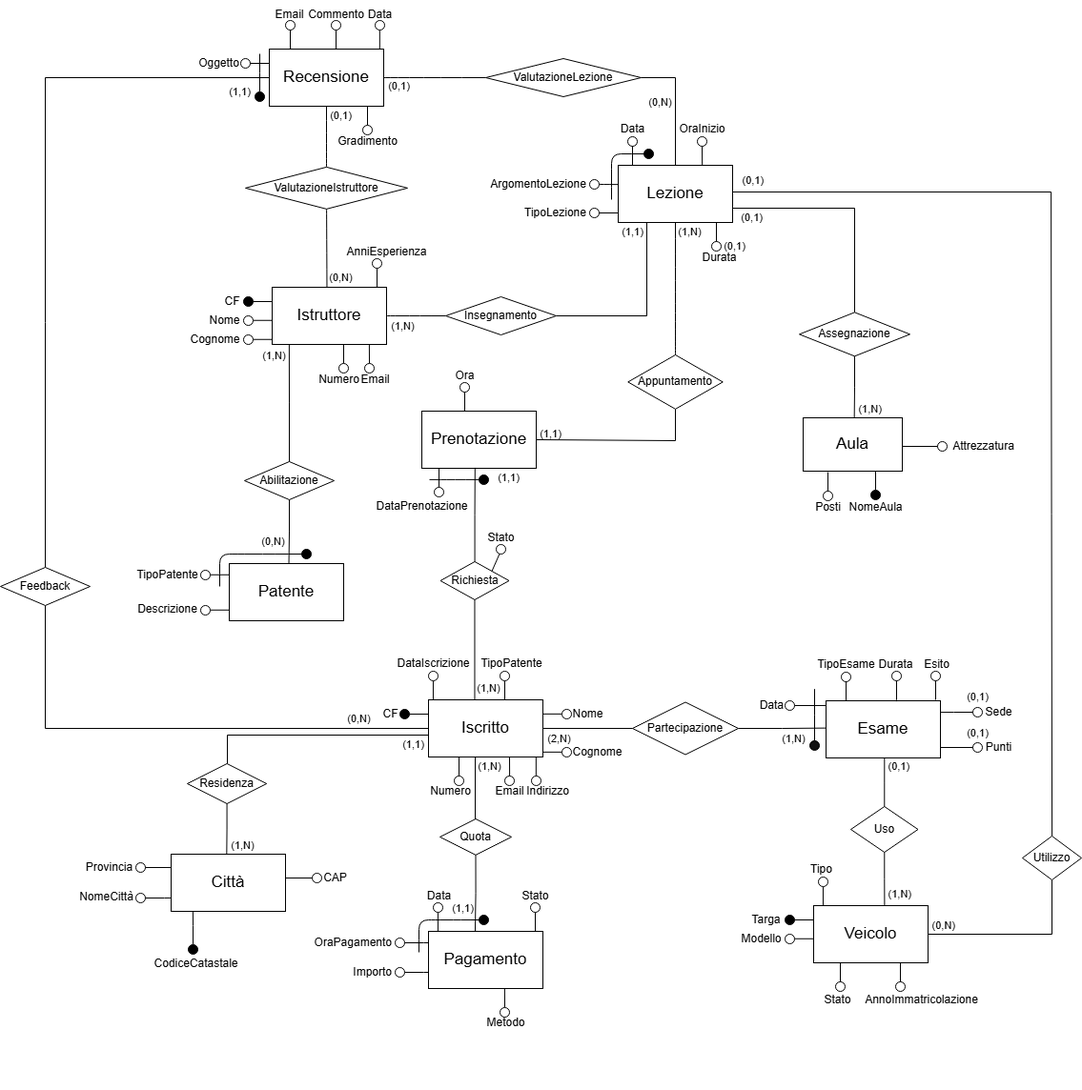
Earlier version of the draw.io export img/ER_ScuolaGuidaRistrutturato.drawio.png (Andrea-Difino/db_scuola_guida). Source tidied: cells renumbered, new cells last; positions are measured from the earlier drawing's top-left corner, leaving out a move shared by most shapes.
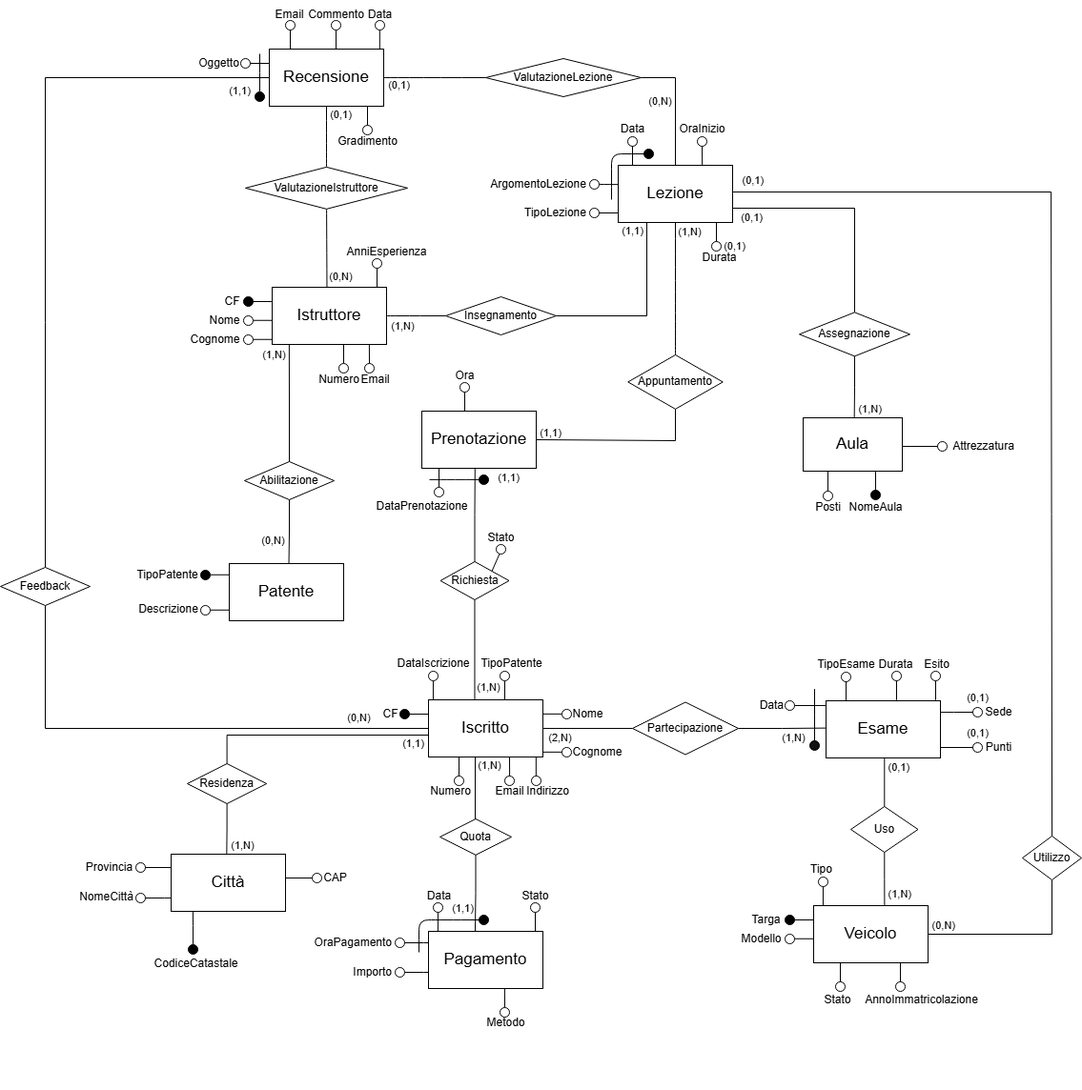
The same file after the commit.

Diff of the diagram source:
```diff
@@ -297,23 +297,9 @@
         <mxPoint x="104" y="185.8" as="targetPoint" />
       </mxGeometry>
     </mxCell>
-    <mxCell id="75" style="ellipse;whiteSpace=wrap;html=1;rounded=0;strokeColor=light-dark(#000000,#000000);align=center;verticalAlign=middle;fontFamily=Helvetica;fontSize=12;fontColor=light-dark(#000000,#000000);fillColor=light-dark(#000000,#FFFFFF);" parent="72" vertex="1">
+    <mxCell id="75" style="ellipse;whiteSpace=wrap;html=1;rounded=0;strokeColor=light-dark(#000000,#000000);align=center;verticalAlign=middle;fontFamily=Helvetica;fontSize=12;fontColor=light-dark(#000000,#000000);fillColor=light-dark(#000000,#000000);" parent="72" vertex="1">
       <mxGeometry x="74" y="181" width="10" height="10" as="geometry" />
     </mxCell>
-    <mxCell id="76" style="curved=1;endArrow=none;html=1;rounded=0;strokeColor=light-dark(#000000,#000000);align=center;verticalAlign=middle;fontFamily=Helvetica;fontSize=12;fontColor=default;labelBackgroundColor=default;startFill=0;" parent="72" edge="1">
-      <mxGeometry relative="1" as="geometry">
-        <mxPoint x="94" y="198" as="sourcePoint" />
-        <mxPoint x="182" y="164" as="targetPoint" />
-        <Array as="points">
-          <mxPoint x="94" y="184" />
-          <mxPoint x="94" y="164" />
-          <mxPoint x="114" y="164" />
-        </Array>
-      </mxGeometry>
-    </mxCell>
-    <mxCell id="77" style="ellipse;whiteSpace=wrap;html=1;rounded=0;strokeColor=light-dark(#000000,#000000);align=center;verticalAlign=middle;fontFamily=Helvetica;fontSize=12;fontColor=light-dark(#000000,#000000);fillColor=light-dark(#000000,#000000);" parent="72" vertex="1">
-      <mxGeometry x="180" y="159" width="10" height="10" as="geometry" />
-    </mxCell>
     <mxCell id="78" style="endArrow=none;html=1;rounded=0;fontFamily=Helvetica;fontSize=12;fontColor=default;exitX=1;exitY=0.5;exitDx=0;exitDy=0;entryX=0;entryY=0.25;entryDx=0;entryDy=0;strokeColor=light-dark(#000000,#000000);" parent="72" edge="1">
       <mxGeometry relative="1" as="geometry">
         <mxPoint x="84" y="222.8" as="sourcePoint" />
```
